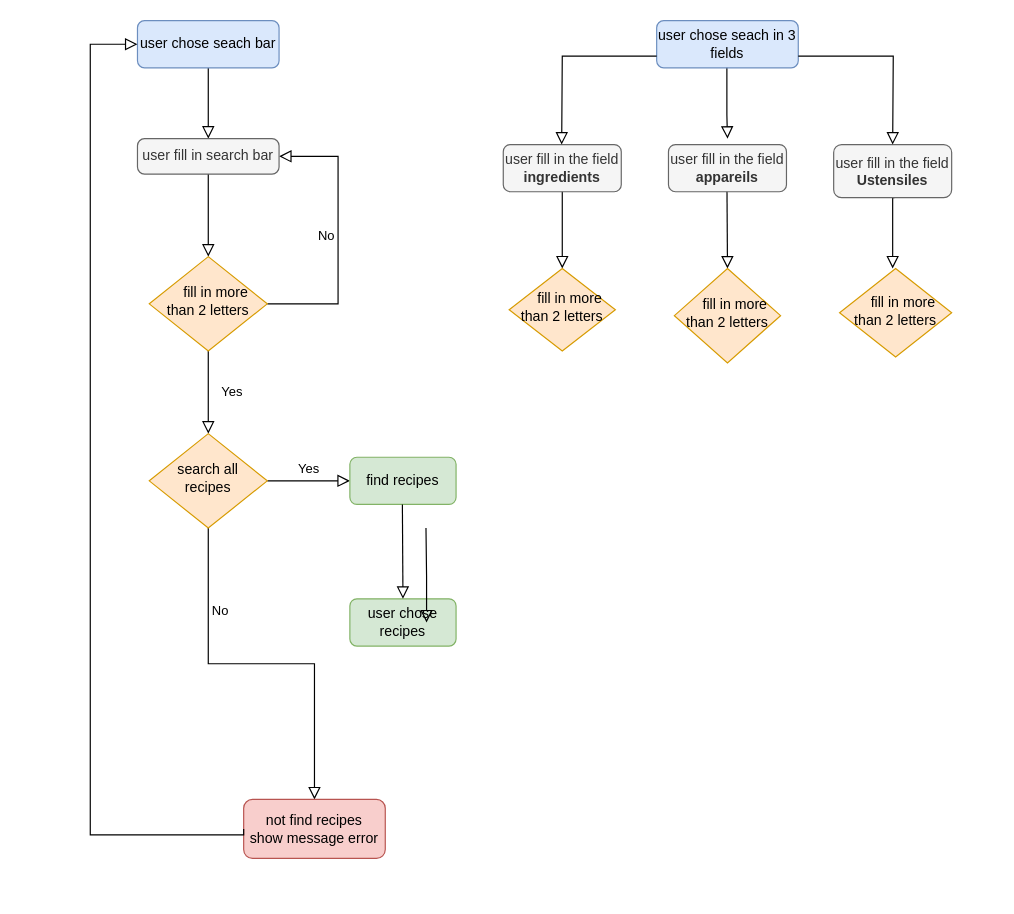
This is Diagramme sans nom.drawio from YU-KENT/les-petits-plats, a draw.io file, before an edit. Source tidied: cells renumbered, new cells numbered last; positions are measured from the earlier drawing's top-left corner, leaving out a move shared by most shapes. Both pictures are drawn from the tidied source at 118%, with x=0, y=0 at pixel (90, 20).
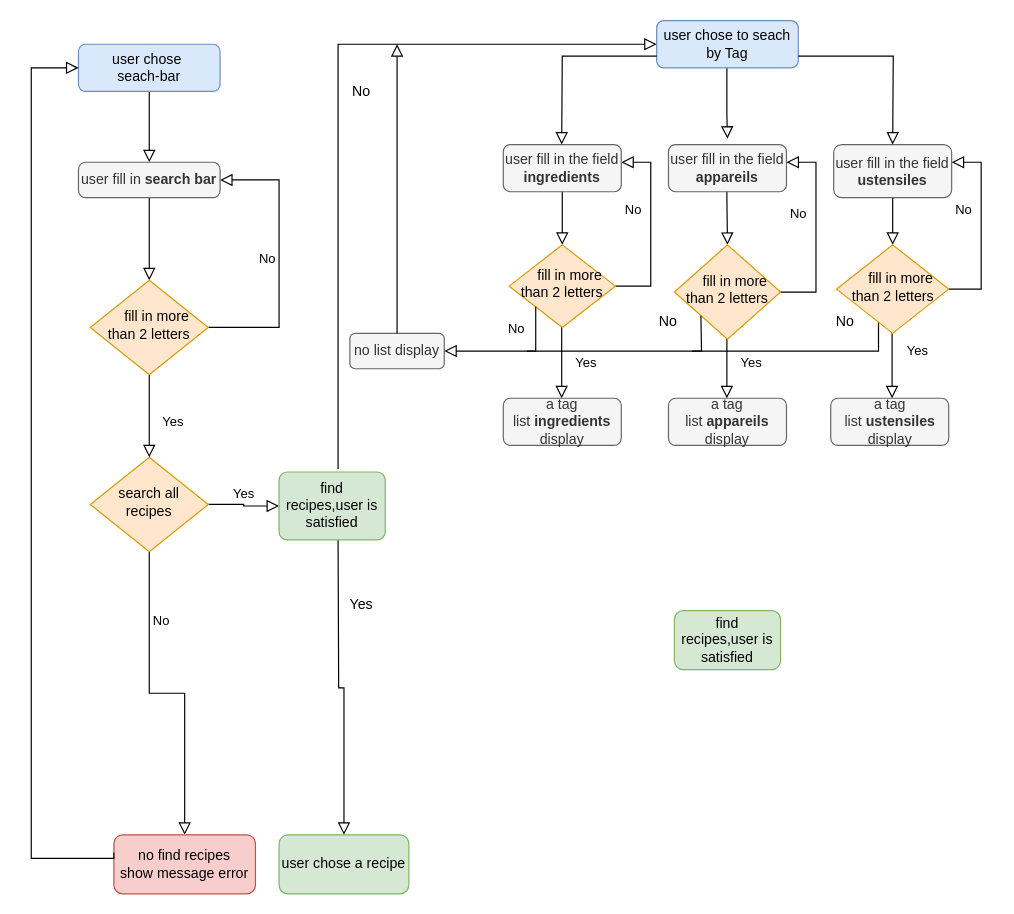
The same page after the edit.

Commit message (it also covers changes not shown here):
Mettre à jour Diagramme sans nom.drawio

Change to the diagram source:
```diff
@@
+    <mxCell id="32" style="endArrow=none;html=1;rounded=0;strokeColor=default;entryX=0;entryY=1;entryDx=0;entryDy=0;" parent="1" edge="1">
+      <mxGeometry relative="1" as="geometry">
+        <mxPoint x="510" y="280" as="sourcePoint" />
+        <mxPoint x="668" y="250" as="targetPoint" />
+        <Array as="points">
+          <mxPoint x="668" y="280" />
+        </Array>
+      </mxGeometry>
+    </mxCell>
+    <mxCell id="33" value="Yes" style="rounded=0;html=1;jettySize=auto;orthogonalLoop=1;fontSize=11;endArrow=block;endFill=0;endSize=8;strokeWidth=1;shadow=0;labelBackgroundColor=none;edgeStyle=orthogonalEdgeStyle;" parent="1" edge="1">
+      <mxGeometry x="0.14" y="20" relative="1" as="geometry">
+        <mxPoint x="399.5" y="250" as="sourcePoint" />
+        <mxPoint x="399.5" y="320" as="targetPoint" />
+      </mxGeometry>
+    </mxCell>
+    <mxCell id="34" value="Yes" style="rounded=0;html=1;jettySize=auto;orthogonalLoop=1;fontSize=11;endArrow=block;endFill=0;endSize=8;strokeWidth=1;shadow=0;labelBackgroundColor=none;edgeStyle=orthogonalEdgeStyle;" parent="1" edge="1">
+      <mxGeometry x="0.11" y="21" relative="1" as="geometry">
+        <mxPoint x="679.5" y="250" as="sourcePoint" />
+        <mxPoint x="679.5" y="320" as="targetPoint" />
+        <Array as="points">
+          <mxPoint x="679.5" y="240" />
+          <mxPoint x="679.5" y="240" />
+        </Array>
+      </mxGeometry>
+    </mxCell>
+    <mxCell id="35" value="Yes" style="rounded=0;html=1;jettySize=auto;orthogonalLoop=1;fontSize=11;endArrow=block;endFill=0;endSize=8;strokeWidth=1;shadow=0;labelBackgroundColor=none;edgeStyle=orthogonalEdgeStyle;" parent="1" edge="1">
+      <mxGeometry x="0.14" y="20" relative="1" as="geometry">
+        <mxPoint x="539.5" y="250" as="sourcePoint" />
+        <mxPoint x="539.5" y="320" as="targetPoint" />
+      </mxGeometry>
+    </mxCell>
+    <mxCell id="36" style="rounded=0;html=1;jettySize=auto;fontSize=11;endArrow=block;endFill=0;endSize=8;strokeWidth=1;shadow=0;labelBackgroundColor=none;edgeStyle=orthogonalEdgeStyle;startArrow=none;entryX=0;entryY=0.5;entryDx=0;entryDy=0;" parent="1" edge="1" target="16">
+      <mxGeometry relative="1" as="geometry">
+        <mxPoint x="210" y="380" as="sourcePoint" />
+        <Array as="points">
+          <mxPoint x="210" y="20" />
+        </Array>
+      </mxGeometry>
+    </mxCell>
+    <mxCell id="26" style="rounded=0;html=1;jettySize=auto;fontSize=11;endArrow=block;endFill=0;endSize=8;strokeWidth=1;shadow=0;labelBackgroundColor=none;edgeStyle=orthogonalEdgeStyle;startArrow=none;entryX=0.5;entryY=0;entryDx=0;entryDy=0;" parent="1" edge="1" target="25">
+      <mxGeometry relative="1" as="geometry">
+        <mxPoint x="210" y="440" as="sourcePoint" />
+      </mxGeometry>
+    </mxCell>
+    <mxCell id="37" value="No" style="edgeStyle=orthogonalEdgeStyle;rounded=0;html=1;jettySize=auto;fontSize=11;endArrow=block;endFill=0;endSize=8;strokeWidth=1;shadow=0;labelBackgroundColor=none;entryX=1;entryY=0.5;entryDx=0;entryDy=0;exitX=1;exitY=0.5;exitDx=0;exitDy=0;" parent="1" edge="1" source="27">
+      <mxGeometry x="0.19" y="15" relative="1" as="geometry">
+        <mxPoint x="450" y="120" as="targetPoint" />
+        <Array as="points">
+          <mxPoint x="475" y="225" />
+          <mxPoint x="475" y="120" />
+        </Array>
+      </mxGeometry>
+    </mxCell>
+    <mxCell id="38" value="No" style="edgeStyle=orthogonalEdgeStyle;rounded=0;html=1;jettySize=auto;fontSize=11;endArrow=block;endFill=0;endSize=8;strokeWidth=1;shadow=0;labelBackgroundColor=none;entryX=1;entryY=0.5;entryDx=0;entryDy=0;exitX=0.93;exitY=0.5;exitDx=0;exitDy=0;exitPerimeter=0;" parent="1" edge="1" source="30">
+      <mxGeometry x="0.19" y="15" relative="1" as="geometry">
+        <mxPoint x="590" y="120" as="targetPoint" />
+        <Array as="points">
+          <mxPoint x="615" y="230" />
+          <mxPoint x="615" y="120" />
+        </Array>
+      </mxGeometry>
+    </mxCell>
+    <mxCell id="39" value="No" style="edgeStyle=orthogonalEdgeStyle;rounded=0;html=1;jettySize=auto;fontSize=11;endArrow=block;endFill=0;endSize=8;strokeWidth=1;shadow=0;labelBackgroundColor=none;entryX=1;entryY=0.5;entryDx=0;entryDy=0;exitX=1;exitY=0.5;exitDx=0;exitDy=0;" parent="1" edge="1" source="31">
+      <mxGeometry x="0.19" y="15" relative="1" as="geometry">
+        <mxPoint x="730" y="120" as="targetPoint" />
+        <Array as="points">
+          <mxPoint x="755" y="228" />
+          <mxPoint x="755" y="120" />
+        </Array>
+      </mxGeometry>
+    </mxCell>
     <mxCell id="2" style="rounded=0;html=1;jettySize=auto;orthogonalLoop=1;fontSize=11;endArrow=block;endFill=0;endSize=8;strokeWidth=1;shadow=0;labelBackgroundColor=none;edgeStyle=orthogonalEdgeStyle;startArrow=none;" parent="1" edge="1">
       <mxGeometry relative="1" as="geometry">
         <mxPoint x="681" y="140" as="sourcePoint" />
-        <mxPoint x="680" y="210" as="targetPoint" />
+        <mxPoint x="680" y="190" as="targetPoint" />
         <Array as="points">
           <mxPoint x="681" y="150" />
           <mxPoint x="680" y="150" />
         </Array>
       </mxGeometry>
     </mxCell>
@@
-    <mxCell id="4" style="rounded=0;html=1;jettySize=auto;fontSize=11;endArrow=block;endFill=0;endSize=8;strokeWidth=1;shadow=0;labelBackgroundColor=none;edgeStyle=orthogonalEdgeStyle;startArrow=none;exitX=0.5;exitY=1;exitDx=0;exitDy=0;entryX=0.5;entryY=0;entryDx=0;entryDy=0;" parent="1" edge="1" target="30">
+    <mxCell id="4" style="rounded=0;html=1;jettySize=auto;orthogonalLoop=1;fontSize=11;endArrow=block;endFill=0;endSize=8;strokeWidth=1;shadow=0;labelBackgroundColor=none;edgeStyle=orthogonalEdgeStyle;startArrow=none;exitX=0.5;exitY=1;exitDx=0;exitDy=0;" parent="1" edge="1">
       <mxGeometry relative="1" as="geometry">
         <mxPoint x="539.5" y="130" as="sourcePoint" />
+        <mxPoint x="540" y="190" as="targetPoint" />
+        <Array as="points">
+          <mxPoint x="540" y="150" />
+          <mxPoint x="540" y="150" />
+        </Array>
       </mxGeometry>
     </mxCell>
     <mxCell id="5" style="rounded=0;html=1;jettySize=auto;orthogonalLoop=1;fontSize=11;endArrow=block;endFill=0;endSize=8;strokeWidth=1;shadow=0;labelBackgroundColor=none;edgeStyle=orthogonalEdgeStyle;startArrow=none;" parent="1" edge="1">
       <mxGeometry relative="1" as="geometry">
         <mxPoint x="400" y="140" as="sourcePoint" />
-        <mxPoint x="400" y="210" as="targetPoint" />
+        <mxPoint x="400" y="190" as="targetPoint" />
       </mxGeometry>
     </mxCell>
@@
     <mxCell id="7" style="rounded=0;html=1;jettySize=auto;fontSize=11;endArrow=block;endFill=0;endSize=8;strokeWidth=1;shadow=0;labelBackgroundColor=none;edgeStyle=orthogonalEdgeStyle;startArrow=none;exitX=0.5;exitY=1;exitDx=0;exitDy=0;" parent="1" edge="1" source="17">
       <mxGeometry relative="1" as="geometry">
-        <mxPoint x="100" y="200" as="targetPoint" />
+        <mxPoint x="50" y="220" as="targetPoint" />
       </mxGeometry>
     </mxCell>
     <mxCell id="8" value="Yes" style="rounded=0;html=1;jettySize=auto;fontSize=11;endArrow=block;endFill=0;endSize=8;strokeWidth=1;shadow=0;labelBackgroundColor=none;edgeStyle=orthogonalEdgeStyle;" parent="1" edge="1" source="10" target="13">
-      <mxGeometry y="20" relative="1" as="geometry" />
+      <mxGeometry x="0.14" y="20" relative="1" as="geometry" />
     </mxCell>
     <mxCell id="9" value="No" style="edgeStyle=orthogonalEdgeStyle;rounded=0;html=1;jettySize=auto;fontSize=11;endArrow=block;endFill=0;endSize=8;strokeWidth=1;shadow=0;labelBackgroundColor=none;entryX=1;entryY=0.5;entryDx=0;entryDy=0;" parent="1" edge="1" source="10" target="17">
       <mxGeometry y="10" relative="1" as="geometry">
         <Array as="points">
-          <mxPoint x="210" y="240" />
-          <mxPoint x="210" y="115" />
+          <mxPoint x="160" y="260" />
+          <mxPoint x="160" y="135" />
         </Array>
       </mxGeometry>
     </mxCell>
     <mxCell id="10" value="&amp;nbsp; &amp;nbsp; fill in more than 2 letters" style="rhombus;whiteSpace=wrap;html=1;shadow=0;fontFamily=Helvetica;fontSize=12;align=center;strokeWidth=1;spacing=6;spacingTop=-4;fillColor=#ffe6cc;strokeColor=#d79b00;" parent="1" vertex="1">
-      <mxGeometry x="50" y="200" width="100" height="80" as="geometry" />
+      <mxGeometry y="220" width="100" height="80" as="geometry" />
     </mxCell>
@@
     <mxCell id="13" value="search all recipes" style="rhombus;whiteSpace=wrap;html=1;shadow=0;fontFamily=Helvetica;fontSize=12;align=center;strokeWidth=1;spacing=6;spacingTop=-4;fillColor=#ffe6cc;strokeColor=#d79b00;" parent="1" vertex="1">
-      <mxGeometry x="50" y="350" width="100" height="80" as="geometry" />
+      <mxGeometry y="370" width="100" height="80" as="geometry" />
     </mxCell>
-    <mxCell id="14" value="not find recipes&lt;br&gt;show message error" style="rounded=1;whiteSpace=wrap;html=1;fontSize=12;glass=0;strokeWidth=1;shadow=0;fillColor=#f8cecc;strokeColor=#b85450;" parent="1" vertex="1">
-      <mxGeometry x="130" y="660" width="120" height="50" as="geometry" />
+    <mxCell id="14" value="no find recipes&lt;br&gt;show message error" style="rounded=1;whiteSpace=wrap;html=1;fontSize=12;glass=0;strokeWidth=1;shadow=0;fillColor=#f8cecc;strokeColor=#b85450;" parent="1" vertex="1">
+      <mxGeometry x="20" y="690" width="120" height="50" as="geometry" />
     </mxCell>
-    <mxCell id="15" value="find recipes" style="rounded=1;whiteSpace=wrap;html=1;fontSize=12;glass=0;strokeWidth=1;shadow=0;fillColor=#d5e8d4;strokeColor=#82b366;" parent="1" vertex="1">
-      <mxGeometry x="220" y="370" width="90" height="40" as="geometry" />
+    <mxCell id="15" value="find recipes,user is satisfied" style="rounded=1;whiteSpace=wrap;html=1;fontSize=12;glass=0;strokeWidth=1;shadow=0;fillColor=#d5e8d4;strokeColor=#82b366;arcSize=12;" parent="1" vertex="1">
+      <mxGeometry x="160" y="382.5" width="90" height="57.5" as="geometry" />
     </mxCell>
-    <mxCell id="16" value="user chose seach in 3 fields" style="rounded=1;whiteSpace=wrap;html=1;fontSize=12;glass=0;strokeWidth=1;shadow=0;fillColor=#dae8fc;strokeColor=#6c8ebf;" parent="1" vertex="1">
+    <mxCell id="16" value="user chose to seach by Tag" style="rounded=1;whiteSpace=wrap;html=1;fontSize=12;glass=0;strokeWidth=1;shadow=0;fillColor=#dae8fc;strokeColor=#6c8ebf;" parent="1" vertex="1">
       <mxGeometry x="480" width="120" height="40" as="geometry" />
     </mxCell>
-    <mxCell id="17" value="user fill in search bar" style="rounded=1;whiteSpace=wrap;html=1;arcSize=20;fillColor=#f5f5f5;fontColor=#333333;strokeColor=#666666;" parent="1" vertex="1">
-      <mxGeometry x="40" y="100" width="120" height="30" as="geometry" />
+    <mxCell id="17" value="user fill in &lt;b&gt;search bar&lt;/b&gt;" style="rounded=1;whiteSpace=wrap;html=1;arcSize=20;fillColor=#f5f5f5;fontColor=#333333;strokeColor=#666666;" parent="1" vertex="1">
+      <mxGeometry x="-10" y="120" width="120" height="30" as="geometry" />
     </mxCell>
@@
     <mxCell id="19" style="rounded=0;html=1;jettySize=auto;fontSize=11;endArrow=none;endFill=0;endSize=8;strokeWidth=1;shadow=0;labelBackgroundColor=none;edgeStyle=orthogonalEdgeStyle;startArrow=none;exitX=0.489;exitY=1.122;exitDx=0;exitDy=0;exitPerimeter=0;entryX=0.5;entryY=0;entryDx=0;entryDy=0;" parent="1" edge="1" target="20">
       <mxGeometry relative="1" as="geometry">
-        <mxPoint x="99.2" y="10" as="sourcePoint" />
+        <mxPoint x="49.2" y="30" as="sourcePoint" />
       </mxGeometry>
     </mxCell>
-    <mxCell id="20" value="user chose seach bar" style="rounded=1;whiteSpace=wrap;html=1;fontSize=12;glass=0;strokeWidth=1;shadow=0;fillColor=#dae8fc;strokeColor=#6c8ebf;" parent="1" vertex="1">
-      <mxGeometry x="40" width="120" height="40" as="geometry" />
+    <mxCell id="20" value="user chose&amp;nbsp;&lt;br&gt;seach-bar" style="rounded=1;whiteSpace=wrap;html=1;fontSize=12;glass=0;strokeWidth=1;shadow=0;fillColor=#dae8fc;strokeColor=#6c8ebf;" parent="1" vertex="1">
+      <mxGeometry x="-10" y="20" width="120" height="40" as="geometry" />
     </mxCell>
@@
-    <mxCell id="22" value="user fill in the field &lt;b&gt;Ustensiles&lt;/b&gt;" style="rounded=1;whiteSpace=wrap;html=1;fillColor=#f5f5f5;fontColor=#333333;strokeColor=#666666;" parent="1" vertex="1">
+    <mxCell id="22" value="user fill in the field &lt;b&gt;ustensiles&lt;/b&gt;" style="rounded=1;whiteSpace=wrap;html=1;fillColor=#f5f5f5;fontColor=#333333;strokeColor=#666666;" parent="1" vertex="1">
       <mxGeometry x="630" y="105" width="100" height="45" as="geometry" />
     </mxCell>
@@
-    <mxCell id="25" value="user chose recipes" style="rounded=1;whiteSpace=wrap;html=1;fontSize=12;glass=0;strokeWidth=1;shadow=0;fillColor=#d5e8d4;strokeColor=#82b366;" parent="1" vertex="1">
-      <mxGeometry x="220" y="490" width="90" height="40" as="geometry" />
+    <mxCell id="25" value="user chose a recipe" style="rounded=1;whiteSpace=wrap;html=1;fontSize=12;glass=0;strokeWidth=1;shadow=0;fillColor=#d5e8d4;strokeColor=#82b366;" parent="1" vertex="1">
+      <mxGeometry x="160" y="690" width="110" height="50" as="geometry" />
     </mxCell>
-    <mxCell id="26" style="rounded=0;html=1;jettySize=auto;fontSize=11;endArrow=block;endFill=0;endSize=8;strokeWidth=1;shadow=0;labelBackgroundColor=none;edgeStyle=orthogonalEdgeStyle;startArrow=none;exitX=0.5;exitY=1;exitDx=0;exitDy=0;entryX=0.5;entryY=0;entryDx=0;entryDy=0;" parent="1" edge="1" target="25">
-      <mxGeometry relative="1" as="geometry">
-        <mxPoint x="264.5" y="410" as="sourcePoint" />
-      </mxGeometry>
-    </mxCell>
     <mxCell id="27" value="&amp;nbsp; &amp;nbsp; fill in more than 2 letters" style="rhombus;whiteSpace=wrap;html=1;shadow=0;fontFamily=Helvetica;fontSize=12;align=center;strokeWidth=1;spacing=6;spacingTop=-4;fillColor=#ffe6cc;strokeColor=#d79b00;" parent="1" vertex="1">
-      <mxGeometry x="355" y="210" width="90" height="70" as="geometry" />
+      <mxGeometry x="355" y="190" width="90" height="70" as="geometry" />
     </mxCell>
-    <mxCell id="28" style="rounded=0;html=1;jettySize=auto;fontSize=11;endArrow=block;endFill=0;endSize=8;strokeWidth=1;shadow=0;labelBackgroundColor=none;edgeStyle=orthogonalEdgeStyle;startArrow=none;entryX=0;entryY=0.5;entryDx=0;entryDy=0;exitX=0;exitY=0.5;exitDx=0;exitDy=0;" parent="1" edge="1" source="14" target="20">
+    <mxCell id="28" style="rounded=0;html=1;jettySize=auto;fontSize=11;endArrow=block;endFill=0;endSize=8;strokeWidth=1;shadow=0;labelBackgroundColor=none;edgeStyle=orthogonalEdgeStyle;startArrow=none;entryX=0;entryY=0.5;entryDx=0;entryDy=0;" parent="1" edge="1" target="20">
       <mxGeometry relative="1" as="geometry">
+        <mxPoint x="20" y="710" as="sourcePoint" />
         <Array as="points">
-          <mxPoint x="130" y="690" />
-          <mxPoint y="690" />
-          <mxPoint y="20" />
+          <mxPoint x="20" y="705" />
+          <mxPoint x="20" y="710" />
+          <mxPoint x="-50" y="710" />
+          <mxPoint x="-50" y="40" />
         </Array>
       </mxGeometry>
     </mxCell>
-    <mxCell id="29" style="rounded=0;html=1;jettySize=auto;orthogonalLoop=1;fontSize=11;endArrow=block;endFill=0;endSize=8;strokeWidth=1;shadow=0;labelBackgroundColor=none;edgeStyle=orthogonalEdgeStyle;startArrow=none;exitX=0.5;exitY=1;exitDx=0;exitDy=0;entryX=0.5;entryY=0;entryDx=0;entryDy=0;" parent="1" edge="1">
-      <mxGeometry relative="1" as="geometry">
-        <mxPoint x="284.5" y="430" as="sourcePoint" />
-        <mxPoint x="285" y="510" as="targetPoint" />
-      </mxGeometry>
-    </mxCell>
     <mxCell id="30" value="&amp;nbsp; &amp;nbsp; fill in more than 2 letters" style="rhombus;whiteSpace=wrap;html=1;shadow=0;fontFamily=Helvetica;fontSize=12;align=center;strokeWidth=1;spacing=6;spacingTop=-4;fillColor=#ffe6cc;strokeColor=#d79b00;" parent="1" vertex="1">
-      <mxGeometry x="495" y="210" width="90" height="80" as="geometry" />
+      <mxGeometry x="495" y="190" width="90" height="80" as="geometry" />
     </mxCell>
     <mxCell id="31" value="&amp;nbsp; &amp;nbsp; fill in more than 2 letters" style="rhombus;whiteSpace=wrap;html=1;shadow=0;fontFamily=Helvetica;fontSize=12;align=center;strokeWidth=1;spacing=6;spacingTop=-4;fillColor=#ffe6cc;strokeColor=#d79b00;" parent="1" vertex="1">
-      <mxGeometry x="635" y="210" width="95" height="75" as="geometry" />
+      <mxGeometry x="632.5" y="190" width="95" height="75" as="geometry" />
     </mxCell>
+    <mxCell id="40" value="find recipes,user is satisfied" style="rounded=1;whiteSpace=wrap;html=1;fontSize=12;glass=0;strokeWidth=1;shadow=0;fillColor=#d5e8d4;strokeColor=#82b366;" parent="1" vertex="1">
+      <mxGeometry x="495" y="500" width="90" height="50" as="geometry" />
+    </mxCell>
+    <mxCell id="41" value="Yes" style="text;html=1;strokeColor=none;fillColor=none;align=center;verticalAlign=middle;whiteSpace=wrap;rounded=0;" parent="1" vertex="1">
+      <mxGeometry x="200" y="480" width="60" height="30" as="geometry" />
+    </mxCell>
+    <mxCell id="42" value="No" style="text;html=1;strokeColor=none;fillColor=none;align=center;verticalAlign=middle;whiteSpace=wrap;rounded=0;" parent="1" vertex="1">
+      <mxGeometry x="200" y="40" width="60" height="40" as="geometry" />
+    </mxCell>
+    <mxCell id="43" value="no list display" style="rounded=1;whiteSpace=wrap;html=1;fillColor=#f5f5f5;fontColor=#333333;strokeColor=#666666;" parent="1" vertex="1">
+      <mxGeometry x="220" y="265" width="80" height="30" as="geometry" />
+    </mxCell>
+    <mxCell id="44" value="a tag list&amp;nbsp;&lt;b style=&quot;border-color: var(--border-color);&quot;&gt;appareils&lt;/b&gt;&lt;br&gt;display" style="rounded=1;whiteSpace=wrap;html=1;fillColor=#f5f5f5;fontColor=#333333;strokeColor=#666666;" parent="1" vertex="1">
+      <mxGeometry x="490" y="320" width="100" height="40" as="geometry" />
+    </mxCell>
+    <mxCell id="45" value="a tag list&amp;nbsp;&lt;b style=&quot;border-color: var(--border-color);&quot;&gt;ustensiles&lt;/b&gt;&lt;br&gt;display" style="rounded=1;whiteSpace=wrap;html=1;fillColor=#f5f5f5;fontColor=#333333;strokeColor=#666666;" parent="1" vertex="1">
+      <mxGeometry x="627.5" y="320" width="100" height="40" as="geometry" />
+    </mxCell>
+    <mxCell id="46" value="a tag list&amp;nbsp;&lt;b&gt;ingredients &lt;/b&gt;display" style="rounded=1;whiteSpace=wrap;html=1;fillColor=#f5f5f5;fontColor=#333333;strokeColor=#666666;" parent="1" vertex="1">
+      <mxGeometry x="350" y="320" width="100" height="40" as="geometry" />
+    </mxCell>
+    <mxCell id="47" value="No" style="rounded=0;html=1;jettySize=auto;fontSize=11;endArrow=block;endFill=0;endSize=8;strokeWidth=1;shadow=0;labelBackgroundColor=none;edgeStyle=orthogonalEdgeStyle;exitX=0;exitY=1;exitDx=0;exitDy=0;entryX=1;entryY=0.5;entryDx=0;entryDy=0;" parent="1" edge="1" source="27" target="43">
+      <mxGeometry x="-0.7" y="-17" relative="1" as="geometry">
+        <Array as="points">
+          <mxPoint x="378" y="280" />
+        </Array>
+        <mxPoint y="1" as="offset" />
+      </mxGeometry>
+    </mxCell>
+    <mxCell id="48" style="endArrow=none;html=1;rounded=0;strokeColor=default;entryX=0;entryY=1;entryDx=0;entryDy=0;" parent="1" edge="1" target="30">
+      <mxGeometry relative="1" as="geometry">
+        <mxPoint x="370" y="280" as="sourcePoint" />
+        <Array as="points">
+          <mxPoint x="518" y="280" />
+        </Array>
+      </mxGeometry>
+    </mxCell>
+    <mxCell id="49" value="No" style="text;html=1;strokeColor=none;fillColor=none;align=center;verticalAlign=middle;whiteSpace=wrap;rounded=0;" parent="1" vertex="1">
+      <mxGeometry x="470" y="245" width="40" height="20" as="geometry" />
+    </mxCell>
+    <mxCell id="50" value="No" style="text;html=1;strokeColor=none;fillColor=none;align=center;verticalAlign=middle;whiteSpace=wrap;rounded=0;" parent="1" vertex="1">
+      <mxGeometry x="620" y="245" width="40" height="20" as="geometry" />
+    </mxCell>
+    <mxCell id="51" style="rounded=0;html=1;jettySize=auto;fontSize=11;endArrow=block;endFill=0;endSize=8;strokeWidth=1;shadow=0;labelBackgroundColor=none;edgeStyle=orthogonalEdgeStyle;startArrow=none;exitX=0.5;exitY=0;exitDx=0;exitDy=0;" parent="1" edge="1" source="43">
+      <mxGeometry relative="1" as="geometry">
+        <mxPoint x="260" y="20" as="targetPoint" />
+      </mxGeometry>
+    </mxCell>
+    <mxCell id="52" style="edgeStyle=orthogonalEdgeStyle;rounded=0;orthogonalLoop=1;jettySize=auto;html=1;exitX=0.5;exitY=1;exitDx=0;exitDy=0;strokeColor=default;" parent="1" edge="1" source="43" target="43">
+      <mxGeometry relative="1" as="geometry" />
+    </mxCell>
```
